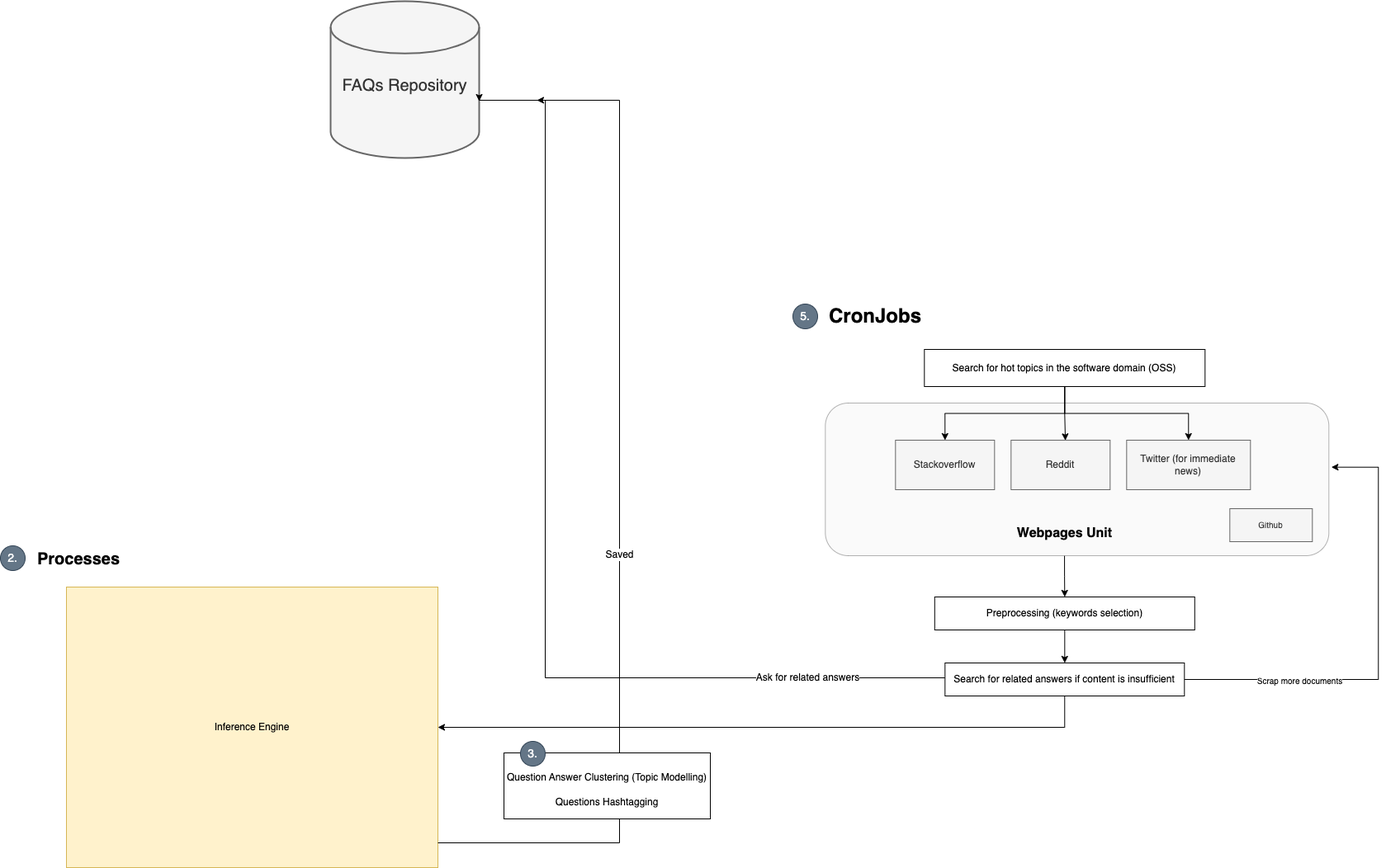
The draw.io diagram report/assets/cron_job_workflow.png in Shaunmak1214/Time-Series-Based-Text-Summarization, before a commit. Source tidied: cells renumbered, new cells last; positions are measured from the earlier drawing's top-left corner, leaving out a move shared by most shapes.
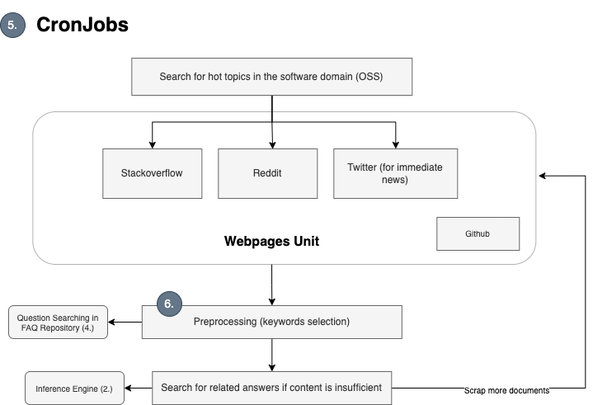
After the commit.

Change to the diagram source:
```diff
@@ -2,123 +2,79 @@
   <root>
     <mxCell id="0" />
     <mxCell id="1" parent="0" />
-    <mxCell id="2" value="&lt;h1&gt;&lt;font style=&quot;font-size: 20px;&quot;&gt;Processes&lt;/font&gt;&lt;/h1&gt;" style="text;html=1;strokeColor=none;fillColor=none;spacing=5;spacingTop=-20;whiteSpace=wrap;overflow=hidden;rounded=0;" parent="1" vertex="1">
-      <mxGeometry x="40" y="655" width="190" height="40" as="geometry" />
+    <mxCell id="2" value="&lt;h1&gt;CronJobs&lt;/h1&gt;" style="text;html=1;strokeColor=none;fillColor=none;spacing=5;spacingTop=-20;whiteSpace=wrap;overflow=hidden;rounded=0;" parent="1" vertex="1">
+      <mxGeometry x="909.3" y="435" width="190" height="40" as="geometry" />
     </mxCell>
-    <mxCell id="3" value="Inference Engine" style="rounded=0;whiteSpace=wrap;html=1;fillColor=#fff2cc;strokeColor=#d6b656;" parent="1" vertex="1">
-      <mxGeometry x="80" y="710" width="450" height="340" as="geometry" />
+    <mxCell id="3" style="edgeStyle=orthogonalEdgeStyle;rounded=0;jettySize=auto;html=1;entryX=0.5;entryY=0;entryDx=0;entryDy=0;fontSize=10;exitX=0.475;exitY=1;exitDx=0;exitDy=0;exitPerimeter=0;" parent="1" edge="1" source="4" target="18">
+      <mxGeometry relative="1" as="geometry" />
     </mxCell>
-    <mxCell id="4" value="&lt;font style=&quot;&quot;&gt;&lt;br&gt;&lt;font style=&quot;font-size: 20px;&quot;&gt;FAQs Repository&lt;/font&gt;&lt;/font&gt;" style="strokeWidth=2;html=1;shape=mxgraph.flowchart.database;whiteSpace=wrap;fillColor=#f5f5f5;strokeColor=#666666;fontColor=#333333;" parent="1" vertex="1">
-      <mxGeometry x="400" width="180" height="190" as="geometry" />
+    <mxCell id="4" style="rounded=1;whiteSpace=wrap;html=1;fontSize=12;opacity=50;fillColor=none;strokeColor=#666666;fontColor=#333333;" parent="1" vertex="1">
+      <mxGeometry x="909.3" y="560" width="610" height="185" as="geometry" />
     </mxCell>
-    <mxCell id="5" style="edgeStyle=orthogonalEdgeStyle;rounded=0;jettySize=auto;html=1;fontSize=25;startArrow=none;entryX=1;entryY=0.637;entryDx=0;entryDy=0;entryPerimeter=0;" parent="1" edge="1" source="7" target="4">
-      <mxGeometry relative="1" as="geometry">
-        <Array as="points">
-          <mxPoint x="750" y="120" />
-          <mxPoint x="580" y="120" />
-        </Array>
-      </mxGeometry>
+    <mxCell id="5" value="Stackoverflow" style="rounded=0;whiteSpace=wrap;html=1;fillColor=#f5f5f5;strokeColor=#666666;fontColor=#333333;" parent="1" vertex="1">
+      <mxGeometry x="994.3" y="605" width="120" height="60" as="geometry" />
     </mxCell>
-    <mxCell id="6" value="Saved" style="edgeLabel;html=1;align=center;verticalAlign=middle;points=[];fontSize=12;" parent="5" vertex="1">
-      <mxGeometry x="-0.5" relative="1" as="geometry" />
+    <mxCell id="6" value="Reddit" style="rounded=0;whiteSpace=wrap;html=1;fillColor=#f5f5f5;fontColor=#333333;strokeColor=#666666;" parent="1" vertex="1">
+      <mxGeometry x="1134.3" y="605" width="120" height="60" as="geometry" />
     </mxCell>
-    <mxCell id="7" value="&lt;font style=&quot;font-size: 12px;&quot;&gt;Question Answer Clustering (Topic Modelling)&lt;br&gt;Questions Hashtagging&lt;/font&gt;" style="rounded=0;whiteSpace=wrap;html=1;fontSize=25;" parent="1" vertex="1">
-      <mxGeometry x="610" y="911" width="250" height="80" as="geometry" />
+    <mxCell id="7" value="Twitter (for immediate news)" style="rounded=0;whiteSpace=wrap;html=1;fillColor=#f5f5f5;fontColor=#333333;strokeColor=#666666;" parent="1" vertex="1">
+      <mxGeometry x="1274.3" y="605" width="150" height="60" as="geometry" />
     </mxCell>
-    <mxCell id="8" style="edgeStyle=orthogonalEdgeStyle;rounded=0;jettySize=auto;html=1;entryX=0.5;entryY=1;entryDx=0;entryDy=0;entryPerimeter=0;fontSize=25;endArrow=none;" parent="1" edge="1" target="7">
-      <mxGeometry relative="1" as="geometry">
-        <mxPoint x="530" y="1020" as="sourcePoint" />
-        <Array as="points">
-          <mxPoint x="530" y="1020" />
-          <mxPoint x="750" y="1020" />
-        </Array>
-      </mxGeometry>
+    <mxCell id="8" style="edgeStyle=orthogonalEdgeStyle;rounded=0;jettySize=auto;html=1;entryX=0.5;entryY=0;entryDx=0;entryDy=0;fontSize=12;" parent="1" edge="1" source="11" target="5">
+      <mxGeometry relative="1" as="geometry" />
     </mxCell>
-    <mxCell id="9" value="&lt;h1&gt;CronJobs&lt;/h1&gt;" style="text;html=1;strokeColor=none;fillColor=none;spacing=5;spacingTop=-20;whiteSpace=wrap;overflow=hidden;rounded=0;" parent="1" vertex="1">
-      <mxGeometry x="999.3" y="362" width="190" height="40" as="geometry" />
+    <mxCell id="9" style="edgeStyle=orthogonalEdgeStyle;rounded=0;jettySize=auto;html=1;entryX=0.548;entryY=0.005;entryDx=0;entryDy=0;entryPerimeter=0;fontSize=12;" parent="1" edge="1" source="11" target="6">
+      <mxGeometry relative="1" as="geometry" />
     </mxCell>
-    <mxCell id="10" style="edgeStyle=orthogonalEdgeStyle;rounded=0;jettySize=auto;html=1;entryX=0.5;entryY=0;entryDx=0;entryDy=0;fontSize=10;exitX=0.475;exitY=1;exitDx=0;exitDy=0;exitPerimeter=0;" parent="1" edge="1" source="11" target="26">
+    <mxCell id="10" style="edgeStyle=orthogonalEdgeStyle;rounded=0;jettySize=auto;html=1;fontSize=12;" parent="1" edge="1" source="11" target="7">
       <mxGeometry relative="1" as="geometry" />
     </mxCell>
-    <mxCell id="11" style="rounded=1;whiteSpace=wrap;html=1;fontSize=12;opacity=50;fillColor=#f5f5f5;strokeColor=#666666;fontColor=#333333;" parent="1" vertex="1">
-      <mxGeometry x="999.3" y="487" width="610" height="185" as="geometry" />
+    <mxCell id="11" value="Search for hot topics in the software domain (OSS)" style="rounded=0;whiteSpace=wrap;html=1;fontSize=12;fillColor=#f5f5f5;fontColor=#333333;strokeColor=#666666;" parent="1" vertex="1">
+      <mxGeometry x="1029.3" y="495" width="340" height="45" as="geometry" />
     </mxCell>
-    <mxCell id="12" value="Stackoverflow" style="rounded=0;whiteSpace=wrap;html=1;fillColor=#f5f5f5;strokeColor=#666666;fontColor=#333333;" parent="1" vertex="1">
-      <mxGeometry x="1084.3" y="532" width="120" height="60" as="geometry" />
+    <mxCell id="12" style="edgeStyle=orthogonalEdgeStyle;rounded=0;jettySize=auto;html=1;entryX=1.005;entryY=0.42;entryDx=0;entryDy=0;entryPerimeter=0;fontSize=16;" parent="1" edge="1" source="15" target="4">
+      <mxGeometry relative="1" as="geometry">
+        <Array as="points">
+          <mxPoint x="1579.3" y="895" />
+          <mxPoint x="1579.3" y="638" />
+        </Array>
+      </mxGeometry>
     </mxCell>
-    <mxCell id="13" value="Reddit" style="rounded=0;whiteSpace=wrap;html=1;fillColor=#f5f5f5;fontColor=#333333;strokeColor=#666666;" parent="1" vertex="1">
-      <mxGeometry x="1224.3" y="532" width="120" height="60" as="geometry" />
+    <mxCell id="13" value="Scrap more documents" style="edgeLabel;html=1;align=center;verticalAlign=middle;points=[];fontSize=10;" parent="12" vertex="1">
+      <mxGeometry x="-0.49" y="-1" relative="1" as="geometry" />
     </mxCell>
-    <mxCell id="14" value="Twitter (for immediate news)" style="rounded=0;whiteSpace=wrap;html=1;fillColor=#f5f5f5;fontColor=#333333;strokeColor=#666666;" parent="1" vertex="1">
-      <mxGeometry x="1364.3" y="532" width="150" height="60" as="geometry" />
+    <mxCell id="14" style="edgeStyle=orthogonalEdgeStyle;rounded=0;jettySize=auto;html=1;fontSize=10;" parent="1" edge="1" source="15" target="24">
+      <mxGeometry relative="1" as="geometry" />
     </mxCell>
-    <mxCell id="15" style="edgeStyle=orthogonalEdgeStyle;rounded=0;jettySize=auto;html=1;entryX=0.5;entryY=0;entryDx=0;entryDy=0;fontSize=12;" parent="1" edge="1" source="18" target="12">
-      <mxGeometry relative="1" as="geometry" />
+    <mxCell id="15" value="Search for related answers if content is insufficient" style="rounded=0;whiteSpace=wrap;html=1;fontSize=12;fillColor=#f5f5f5;fontColor=#333333;strokeColor=#666666;" parent="1" vertex="1">
+      <mxGeometry x="1054.3" y="875" width="290" height="40" as="geometry" />
     </mxCell>
-    <mxCell id="16" style="edgeStyle=orthogonalEdgeStyle;rounded=0;jettySize=auto;html=1;entryX=0.548;entryY=0.005;entryDx=0;entryDy=0;entryPerimeter=0;fontSize=12;" parent="1" edge="1" source="18" target="13">
+    <mxCell id="16" style="edgeStyle=orthogonalEdgeStyle;rounded=0;jettySize=auto;html=1;entryX=0.5;entryY=0;entryDx=0;entryDy=0;fontSize=10;" parent="1" edge="1" source="18" target="15">
       <mxGeometry relative="1" as="geometry" />
     </mxCell>
-    <mxCell id="17" style="edgeStyle=orthogonalEdgeStyle;rounded=0;jettySize=auto;html=1;fontSize=12;" parent="1" edge="1" source="18" target="14">
+    <mxCell id="17" style="edgeStyle=orthogonalEdgeStyle;rounded=0;jettySize=auto;html=1;entryX=1;entryY=0.5;entryDx=0;entryDy=0;fontSize=10;" parent="1" edge="1" source="18" target="23">
       <mxGeometry relative="1" as="geometry" />
     </mxCell>
-    <mxCell id="18" value="Search for hot topics in the software domain (OSS)" style="rounded=0;whiteSpace=wrap;html=1;fontSize=12;" parent="1" vertex="1">
-      <mxGeometry x="1119.3" y="422" width="340" height="45" as="geometry" />
+    <mxCell id="18" value="Preprocessing (keywords selection)" style="rounded=0;whiteSpace=wrap;html=1;fontSize=12;fillColor=#f5f5f5;fontColor=#333333;strokeColor=#666666;" parent="1" vertex="1">
+      <mxGeometry x="1041.8" y="795" width="315" height="40" as="geometry" />
     </mxCell>
-    <mxCell id="19" style="edgeStyle=orthogonalEdgeStyle;rounded=0;jettySize=auto;html=1;fontSize=12;" parent="1" edge="1" source="24">
-      <mxGeometry relative="1" as="geometry">
-        <mxPoint x="650" y="120" as="targetPoint" />
-        <Array as="points">
-          <mxPoint x="660" y="820" />
-          <mxPoint x="660" y="120" />
-        </Array>
-      </mxGeometry>
+    <mxCell id="19" value="&lt;font style=&quot;font-size: 16px;&quot;&gt;Webpages Unit&lt;/font&gt;" style="text;strokeColor=none;fillColor=none;html=1;fontSize=24;fontStyle=1;verticalAlign=middle;align=center;opacity=50;" parent="1" vertex="1">
+      <mxGeometry x="1149.3" y="695" width="100" height="40" as="geometry" />
     </mxCell>
-    <mxCell id="20" value="Ask for related answers" style="edgeLabel;html=1;align=center;verticalAlign=middle;fontSize=12;" parent="19" vertex="1">
-      <mxGeometry x="-0.72" y="-1" relative="1" as="geometry">
-        <mxPoint x="-2" y="1" as="offset" />
-      </mxGeometry>
+    <mxCell id="20" value="&lt;font style=&quot;font-size: 10px;&quot;&gt;Github&lt;/font&gt;" style="rounded=0;whiteSpace=wrap;html=1;fillColor=#f5f5f5;fontColor=#333333;strokeColor=#666666;" parent="1" vertex="1">
+      <mxGeometry x="1399.3" y="688" width="100" height="40" as="geometry" />
     </mxCell>
-    <mxCell id="21" style="edgeStyle=orthogonalEdgeStyle;rounded=0;jettySize=auto;html=1;entryX=1.005;entryY=0.42;entryDx=0;entryDy=0;entryPerimeter=0;fontSize=16;" parent="1" edge="1" source="24" target="11">
-      <mxGeometry relative="1" as="geometry">
-        <Array as="points">
-          <mxPoint x="1669.3" y="822" />
-          <mxPoint x="1669.3" y="565" />
-        </Array>
-      </mxGeometry>
+    <mxCell id="21" value="5." style="ellipse;whiteSpace=wrap;html=1;fontSize=14;fillColor=#647687;fontColor=#ffffff;strokeColor=#314354;" parent="1" vertex="1">
+      <mxGeometry x="870" y="440" width="30" height="30" as="geometry" />
     </mxCell>
-    <mxCell id="22" value="Scrap more documents" style="edgeLabel;html=1;align=center;verticalAlign=middle;fontSize=10;" parent="21" vertex="1">
-      <mxGeometry x="-0.49" y="-1" relative="1" as="geometry" />
+    <mxCell id="22" value="6." style="ellipse;whiteSpace=wrap;html=1;fontSize=14;fillColor=#647687;fontColor=#ffffff;strokeColor=#314354;" parent="1" vertex="1">
+      <mxGeometry x="1060" y="778" width="30" height="30" as="geometry" />
     </mxCell>
-    <mxCell id="23" style="edgeStyle=orthogonalEdgeStyle;rounded=0;jettySize=auto;html=1;entryX=1;entryY=0.5;entryDx=0;entryDy=0;fontSize=10;" parent="1" edge="1" source="24" target="3">
-      <mxGeometry relative="1" as="geometry">
-        <Array as="points">
-          <mxPoint x="1289" y="880" />
-        </Array>
-      </mxGeometry>
+    <mxCell id="23" value="Question Searching in FAQ Repository (4.)" style="rounded=1;whiteSpace=wrap;html=1;glass=0;strokeWidth=1;fontSize=10;fillColor=#f5f5f5;fontColor=#333333;strokeColor=#666666;" parent="1" vertex="1">
+      <mxGeometry x="880" y="795" width="120" height="40" as="geometry" />
     </mxCell>
-    <mxCell id="24" value="Search for related answers if content is insufficient" style="rounded=0;whiteSpace=wrap;html=1;fontSize=12;" parent="1" vertex="1">
-      <mxGeometry x="1144.3" y="802" width="290" height="40" as="geometry" />
+    <mxCell id="24" value="Inference Engine (2.)" style="rounded=1;whiteSpace=wrap;html=1;glass=0;strokeWidth=1;fontSize=10;fillColor=#f5f5f5;fontColor=#333333;strokeColor=#666666;" parent="1" vertex="1">
+      <mxGeometry x="900" y="875" width="120" height="40" as="geometry" />
     </mxCell>
-    <mxCell id="25" style="edgeStyle=orthogonalEdgeStyle;rounded=0;jettySize=auto;html=1;entryX=0.5;entryY=0;entryDx=0;entryDy=0;fontSize=10;" parent="1" edge="1" source="26" target="24">
-      <mxGeometry relative="1" as="geometry" />
-    </mxCell>
-    <mxCell id="26" value="Preprocessing (keywords selection)" style="rounded=0;whiteSpace=wrap;html=1;fontSize=12;" parent="1" vertex="1">
-      <mxGeometry x="1131.8" y="722" width="315" height="40" as="geometry" />
-    </mxCell>
-    <mxCell id="27" value="&lt;font style=&quot;font-size: 16px;&quot;&gt;Webpages Unit&lt;/font&gt;" style="text;strokeColor=none;fillColor=none;html=1;fontSize=24;fontStyle=1;verticalAlign=middle;align=center;opacity=50;" parent="1" vertex="1">
-      <mxGeometry x="1239.3" y="622" width="100" height="40" as="geometry" />
-    </mxCell>
-    <mxCell id="28" value="&lt;font style=&quot;font-size: 10px;&quot;&gt;Github&lt;/font&gt;" style="rounded=0;whiteSpace=wrap;html=1;fillColor=#f5f5f5;fontColor=#333333;strokeColor=#666666;" parent="1" vertex="1">
-      <mxGeometry x="1489.3" y="615" width="100" height="40" as="geometry" />
-    </mxCell>
-    <mxCell id="29" value="2." style="ellipse;whiteSpace=wrap;html=1;fontSize=14;fillColor=#647687;fontColor=#ffffff;strokeColor=#314354;" parent="1" vertex="1">
-      <mxGeometry y="660" width="30" height="30" as="geometry" />
-    </mxCell>
-    <mxCell id="30" value="3." style="ellipse;whiteSpace=wrap;html=1;fontSize=14;fillColor=#647687;fontColor=#ffffff;strokeColor=#314354;" parent="1" vertex="1">
-      <mxGeometry x="630" y="897" width="30" height="30" as="geometry" />
-    </mxCell>
-    <mxCell id="31" value="5." style="ellipse;whiteSpace=wrap;html=1;fontSize=14;fillColor=#647687;fontColor=#ffffff;strokeColor=#314354;" parent="1" vertex="1">
-      <mxGeometry x="960" y="367" width="30" height="30" as="geometry" />
-    </mxCell>
   </root>
 </mxGraphModel>
```
